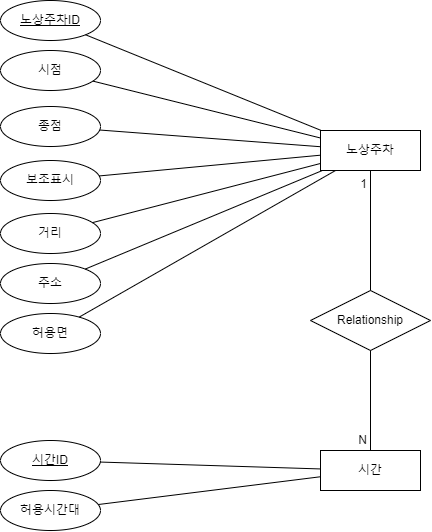
The draw.io diagram DB/roadParking.drawio.png in 2023-AISCHOOL-IOTA/YOU_IoT, before a commit. Source tidied: cells renumbered, new cells last; positions are measured from the earlier drawing's top-left corner, leaving out a move shared by most shapes.
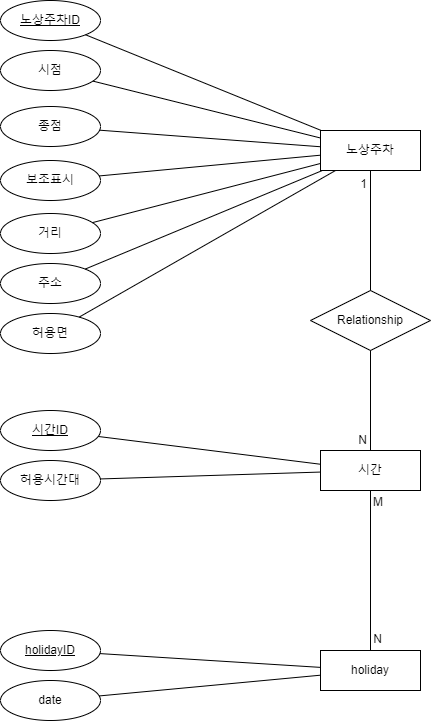
Above is the later version.

The edit, as a diff of the source:
```diff
@@ -42,10 +42,10 @@
       <mxGeometry relative="1" as="geometry" />
     </mxCell>
     <mxCell id="15" value="허용시간대" style="ellipse;whiteSpace=wrap;html=1;align=center;fontStyle=0;" parent="1" vertex="1">
-      <mxGeometry y="490" width="100" height="40" as="geometry" />
+      <mxGeometry y="460" width="100" height="40" as="geometry" />
     </mxCell>
     <mxCell id="16" value="&lt;u&gt;시간ID&lt;/u&gt;" style="ellipse;whiteSpace=wrap;html=1;align=center;fontStyle=0;" parent="1" vertex="1">
-      <mxGeometry y="440" width="100" height="40" as="geometry" />
+      <mxGeometry y="410" width="100" height="40" as="geometry" />
     </mxCell>
     <mxCell id="17" value="시간" style="whiteSpace=wrap;html=1;align=center;" parent="1" vertex="1">
       <mxGeometry x="320" y="450" width="100" height="40" as="geometry" />
@@ -81,5 +81,33 @@
     <mxCell id="26" style="endArrow=none;html=1;rounded=0;" parent="1" edge="1" source="8" target="25">
       <mxGeometry relative="1" as="geometry" />
     </mxCell>
+    <mxCell id="27" value="holiday" style="whiteSpace=wrap;html=1;align=center;" parent="1" vertex="1">
+      <mxGeometry x="320" y="650" width="100" height="40" as="geometry" />
+    </mxCell>
+    <mxCell id="28" style="endArrow=none;html=1;rounded=0;" parent="1" edge="1" source="17" target="27">
+      <mxGeometry relative="1" as="geometry" />
+    </mxCell>
+    <mxCell id="29" value="M" style="html=1;whiteSpace=wrap;align=left;verticalAlign=bottom;" parent="28" vertex="1">
+      <mxGeometry x="-1" relative="1" as="geometry">
+        <mxPoint x="1" y="20" as="offset" />
+      </mxGeometry>
+    </mxCell>
+    <mxCell id="30" value="N" style="html=1;whiteSpace=wrap;align=right;verticalAlign=bottom;" parent="28" vertex="1">
+      <mxGeometry x="1" relative="1" as="geometry">
+        <mxPoint x="13" y="-3" as="offset" />
+      </mxGeometry>
+    </mxCell>
+    <mxCell id="31" value="date" style="ellipse;whiteSpace=wrap;html=1;align=center;fontStyle=0;" parent="1" vertex="1">
+      <mxGeometry y="680" width="100" height="40" as="geometry" />
+    </mxCell>
+    <mxCell id="32" value="&lt;u&gt;holidayID&lt;/u&gt;" style="ellipse;whiteSpace=wrap;html=1;align=center;fontStyle=0;" parent="1" vertex="1">
+      <mxGeometry y="630" width="100" height="40" as="geometry" />
+    </mxCell>
+    <mxCell id="33" style="endArrow=none;html=1;rounded=0;" parent="1" edge="1" source="27" target="32">
+      <mxGeometry relative="1" as="geometry" />
+    </mxCell>
+    <mxCell id="34" style="endArrow=none;html=1;rounded=0;" parent="1" edge="1" source="27" target="31">
+      <mxGeometry relative="1" as="geometry" />
+    </mxCell>
   </root>
 </mxGraphModel>
```
